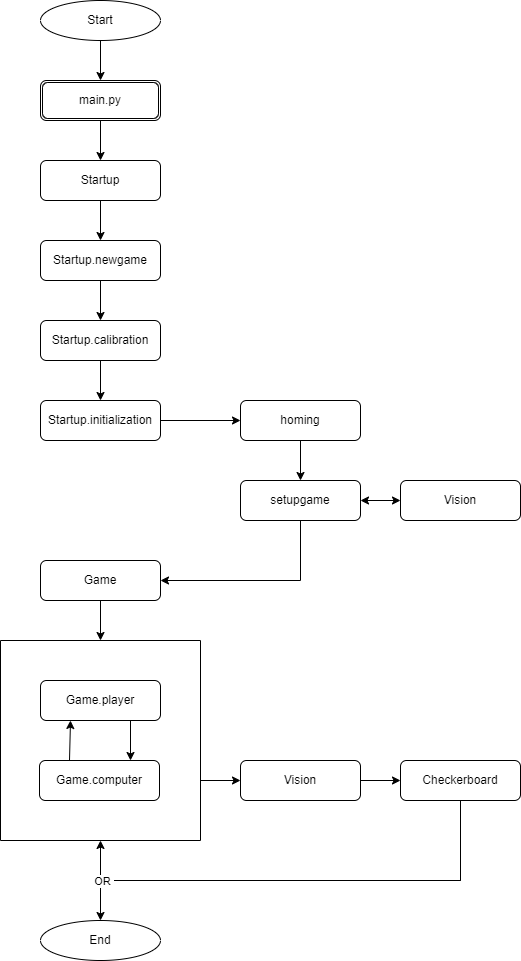
Earlier version of the draw.io export flowchart_diagram_program_checkerboard.drawio.png (joriszuretti/python). Source tidied: cells renumbered, new cells last; positions are measured from the earlier drawing's top-left corner, leaving out a move shared by most shapes.
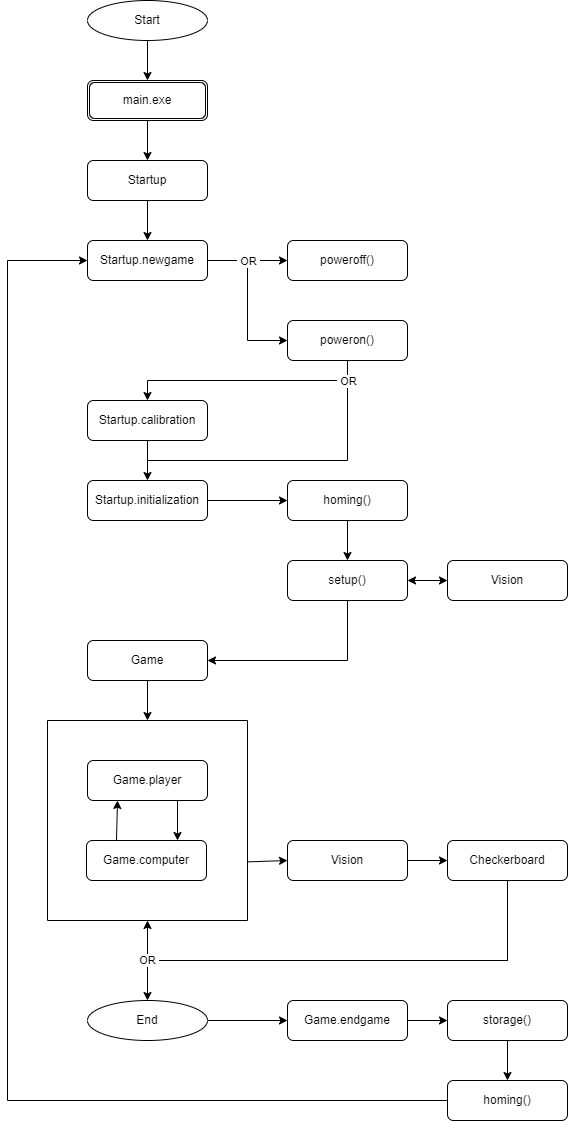
The same file after the commit.

Diff of the diagram source:
```diff
@@ -4,29 +4,35 @@
     <mxCell id="1" parent="0" />
     <mxCell id="2" style="edgeStyle=orthogonalEdgeStyle;rounded=0;jettySize=auto;html=1;exitX=0.5;exitY=1;exitDx=0;exitDy=0;entryX=0.5;entryY=0;entryDx=0;entryDy=0;endArrow=classic;endFill=1;" parent="1" edge="1" source="3">
       <mxGeometry relative="1" as="geometry">
-        <mxPoint x="100" y="80" as="targetPoint" />
+        <mxPoint x="100" as="targetPoint" />
       </mxGeometry>
     </mxCell>
     <mxCell id="3" value="Start" style="ellipse;whiteSpace=wrap;html=1;" parent="1" vertex="1">
-      <mxGeometry x="40" width="120" height="40" as="geometry" />
+      <mxGeometry x="40" y="-80" width="120" height="40" as="geometry" />
     </mxCell>
     <mxCell id="4" style="edgeStyle=orthogonalEdgeStyle;rounded=0;jettySize=auto;html=1;exitX=0.5;exitY=1;exitDx=0;exitDy=0;entryX=0.5;entryY=0;entryDx=0;entryDy=0;endArrow=classic;endFill=1;" parent="1" edge="1" source="5" target="9">
       <mxGeometry relative="1" as="geometry" />
     </mxCell>
     <mxCell id="5" value="Startup" style="rounded=1;whiteSpace=wrap;html=1;fontSize=12;glass=0;strokeWidth=1;shadow=0;" parent="1" vertex="1">
-      <mxGeometry x="40" y="160" width="120" height="40" as="geometry" />
+      <mxGeometry x="40" y="80" width="120" height="40" as="geometry" />
     </mxCell>
     <mxCell id="6" style="edgeStyle=orthogonalEdgeStyle;rounded=0;jettySize=auto;html=1;exitX=0.5;exitY=1;exitDx=0;exitDy=0;entryX=0.5;entryY=0;entryDx=0;entryDy=0;endArrow=classic;endFill=1;" parent="1" edge="1" source="7" target="5">
       <mxGeometry relative="1" as="geometry" />
     </mxCell>
-    <mxCell id="7" value="main.py" style="shape=ext;double=1;rounded=1;whiteSpace=wrap;html=1;" parent="1" vertex="1">
-      <mxGeometry x="40" y="80" width="120" height="40" as="geometry" />
+    <mxCell id="7" value="main.exe" style="shape=ext;double=1;rounded=1;whiteSpace=wrap;html=1;" parent="1" vertex="1">
+      <mxGeometry x="40" width="120" height="40" as="geometry" />
     </mxCell>
-    <mxCell id="8" style="edgeStyle=orthogonalEdgeStyle;rounded=0;jettySize=auto;html=1;exitX=0.5;exitY=1;exitDx=0;exitDy=0;entryX=0.5;entryY=0;entryDx=0;entryDy=0;endArrow=classic;endFill=1;" parent="1" edge="1" source="9" target="14">
-      <mxGeometry relative="1" as="geometry" />
-    </mxCell>
+    <mxCell id="36" style="edgeStyle=orthogonalEdgeStyle;rounded=0;jettySize=auto;html=1;exitX=1;exitY=0.5;exitDx=0;exitDy=0;entryX=0;entryY=0.5;entryDx=0;entryDy=0;endArrow=classic;endFill=1;" parent="1" edge="1" source="9" target="46">
+      <mxGeometry relative="1" as="geometry" />
+    </mxCell>
+    <mxCell id="37" style="edgeStyle=orthogonalEdgeStyle;rounded=0;jettySize=auto;html=1;exitX=1;exitY=0.5;exitDx=0;exitDy=0;entryX=0;entryY=0.5;entryDx=0;entryDy=0;endArrow=classic;endFill=1;" parent="1" edge="1" source="9" target="50">
+      <mxGeometry relative="1" as="geometry" />
+    </mxCell>
+    <mxCell id="38" value="&amp;nbsp;OR&amp;nbsp;" style="edgeLabel;html=1;align=center;verticalAlign=middle;" parent="37" vertex="1">
+      <mxGeometry x="-0.5" relative="1" as="geometry" />
+    </mxCell>
     <mxCell id="9" value="Startup.newgame" style="rounded=1;whiteSpace=wrap;html=1;fontSize=12;glass=0;strokeWidth=1;shadow=0;" parent="1" vertex="1">
-      <mxGeometry x="40" y="240" width="120" height="40" as="geometry" />
+      <mxGeometry x="40" y="160" width="120" height="40" as="geometry" />
     </mxCell>
     <mxCell id="10" style="edgeStyle=orthogonalEdgeStyle;rounded=0;jettySize=auto;html=1;exitX=1;exitY=0.5;exitDx=0;exitDy=0;entryX=0;entryY=0.5;entryDx=0;entryDy=0;endArrow=classic;endFill=1;" parent="1" edge="1" source="11" target="31">
       <mxGeometry relative="1" as="geometry" />
@@ -43,8 +49,10 @@
     <mxCell id="14" value="Startup.calibration" style="rounded=1;whiteSpace=wrap;html=1;fontSize=12;glass=0;strokeWidth=1;shadow=0;" parent="1" vertex="1">
       <mxGeometry x="40" y="320" width="120" height="40" as="geometry" />
     </mxCell>
-    <mxCell id="15" style="edgeStyle=orthogonalEdgeStyle;rounded=0;jettySize=auto;html=1;exitX=0.5;exitY=1;exitDx=0;exitDy=0;entryX=0.5;entryY=0;entryDx=0;entryDy=0;endArrow=classic;endFill=1;" parent="1" edge="1" source="16" target="33">
-      <mxGeometry relative="1" as="geometry" />
+    <mxCell id="15" style="edgeStyle=orthogonalEdgeStyle;rounded=0;jettySize=auto;html=1;exitX=0.5;exitY=1;exitDx=0;exitDy=0;entryX=0.5;entryY=0;entryDx=0;entryDy=0;endArrow=classic;endFill=1;" parent="1" edge="1" source="16">
+      <mxGeometry relative="1" as="geometry">
+        <mxPoint x="100" y="640" as="targetPoint" />
+      </mxGeometry>
     </mxCell>
     <mxCell id="16" value="Game" style="rounded=1;whiteSpace=wrap;html=1;fontSize=12;glass=0;strokeWidth=1;shadow=0;" parent="1" vertex="1">
       <mxGeometry x="40" y="560" width="120" height="40" as="geometry" />
@@ -64,8 +72,9 @@
         </Array>
       </mxGeometry>
     </mxCell>
-    <mxCell id="20" style="edgeStyle=orthogonalEdgeStyle;rounded=0;jettySize=auto;html=1;exitX=1;exitY=0.707;exitDx=0;exitDy=0;entryX=0;entryY=0.5;entryDx=0;entryDy=0;endArrow=classic;endFill=1;exitPerimeter=0;" parent="1" edge="1" source="33" target="23">
+    <mxCell id="20" style="edgeStyle=orthogonalEdgeStyle;rounded=0;jettySize=auto;html=1;exitX=1;exitY=0.707;exitDx=0;exitDy=0;entryX=0;entryY=0.5;entryDx=0;entryDy=0;endArrow=classic;endFill=1;exitPerimeter=0;" parent="1" edge="1" target="23">
       <mxGeometry relative="1" as="geometry">
+        <mxPoint x="200" y="781.4" as="sourcePoint" />
         <Array as="points">
           <mxPoint x="200" y="780" />
         </Array>
@@ -97,7 +106,9 @@
       </mxGeometry>
     </mxCell>
     <mxCell id="26" value="&amp;nbsp;OR&amp;nbsp;" style="edgeLabel;html=1;align=center;verticalAlign=middle;" parent="25" vertex="1">
-      <mxGeometry x="0.83" y="1" relative="1" as="geometry" />
+      <mxGeometry x="0.83" y="1" relative="1" as="geometry">
+        <mxPoint x="-2" y="-2" as="offset" />
+      </mxGeometry>
     </mxCell>
     <mxCell id="27" value="Checkerboard" style="rounded=1;whiteSpace=wrap;html=1;fontSize=12;glass=0;strokeWidth=1;shadow=0;" parent="1" vertex="1">
       <mxGeometry x="400" y="760" width="120" height="40" as="geometry" />
@@ -105,13 +116,13 @@
     <mxCell id="28" style="edgeStyle=orthogonalEdgeStyle;rounded=0;jettySize=auto;html=1;exitX=0.5;exitY=1;exitDx=0;exitDy=0;entryX=1;entryY=0.5;entryDx=0;entryDy=0;endArrow=classic;endFill=1;" parent="1" edge="1" source="29" target="16">
       <mxGeometry relative="1" as="geometry" />
     </mxCell>
-    <mxCell id="29" value="setupgame" style="rounded=1;whiteSpace=wrap;html=1;fontSize=12;glass=0;strokeWidth=1;shadow=0;" parent="1" vertex="1">
+    <mxCell id="29" value="setup()" style="rounded=1;whiteSpace=wrap;html=1;fontSize=12;glass=0;strokeWidth=1;shadow=0;" parent="1" vertex="1">
       <mxGeometry x="240" y="480" width="120" height="40" as="geometry" />
     </mxCell>
     <mxCell id="30" style="edgeStyle=orthogonalEdgeStyle;rounded=0;jettySize=auto;html=1;exitX=0.5;exitY=1;exitDx=0;exitDy=0;entryX=0.5;entryY=0;entryDx=0;entryDy=0;endArrow=classic;endFill=1;" parent="1" edge="1" source="31" target="29">
       <mxGeometry relative="1" as="geometry" />
     </mxCell>
-    <mxCell id="31" value="homing" style="rounded=1;whiteSpace=wrap;html=1;fontSize=12;glass=0;strokeWidth=1;shadow=0;" parent="1" vertex="1">
+    <mxCell id="31" value="homing()" style="rounded=1;whiteSpace=wrap;html=1;fontSize=12;glass=0;strokeWidth=1;shadow=0;" parent="1" vertex="1">
       <mxGeometry x="240" y="400" width="120" height="40" as="geometry" />
     </mxCell>
     <mxCell id="32" style="endArrow=classic;startArrow=classic;html=1;rounded=0;entryX=0;entryY=0.5;entryDx=0;entryDy=0;exitX=1;exitY=0.5;exitDx=0;exitDy=0;" parent="1" edge="1" source="29" target="12">
@@ -120,11 +131,62 @@
     <mxCell id="33" style="swimlane;startSize=0;" parent="1" vertex="1">
       <mxGeometry y="640" width="200" height="200" as="geometry" />
     </mxCell>
-    <mxCell id="34" style="edgeStyle=orthogonalEdgeStyle;rounded=0;orthogonalLoop=1;jettySize=auto;html=1;exitX=0.5;exitY=1;exitDx=0;exitDy=0;endArrow=classic;endFill=1;" parent="1" edge="1" source="33" target="33">
-      <mxGeometry relative="1" as="geometry" />
+    <mxCell id="34" style="edgeStyle=orthogonalEdgeStyle;rounded=0;orthogonalLoop=1;jettySize=auto;html=1;exitX=0.5;exitY=1;exitDx=0;exitDy=0;endArrow=classic;endFill=1;" parent="1" edge="1">
+      <mxGeometry relative="1" as="geometry">
+        <mxPoint x="100" y="840" as="sourcePoint" />
+        <mxPoint x="100" y="840" as="targetPoint" />
+      </mxGeometry>
     </mxCell>
+    <mxCell id="39" style="edgeStyle=orthogonalEdgeStyle;rounded=0;jettySize=auto;html=1;exitX=1;exitY=0.5;exitDx=0;exitDy=0;entryX=0;entryY=0.5;entryDx=0;entryDy=0;endArrow=classic;endFill=1;" parent="1" edge="1" source="35" target="45">
+      <mxGeometry relative="1" as="geometry" />
+    </mxCell>
     <mxCell id="35" value="End" style="ellipse;whiteSpace=wrap;html=1;" parent="1" vertex="1">
       <mxGeometry x="40" y="920" width="120" height="40" as="geometry" />
     </mxCell>
+    <mxCell id="40" style="edgeStyle=orthogonalEdgeStyle;rounded=0;jettySize=auto;html=1;exitX=0.5;exitY=1;exitDx=0;exitDy=0;entryX=0.5;entryY=0;entryDx=0;entryDy=0;endArrow=classic;endFill=1;" parent="1" edge="1" source="41" target="43">
+      <mxGeometry relative="1" as="geometry" />
+    </mxCell>
+    <mxCell id="41" value="storage()" style="rounded=1;whiteSpace=wrap;html=1;fontSize=12;glass=0;strokeWidth=1;shadow=0;" parent="1" vertex="1">
+      <mxGeometry x="400" y="920" width="120" height="40" as="geometry" />
+    </mxCell>
+    <mxCell id="42" style="edgeStyle=orthogonalEdgeStyle;rounded=0;jettySize=auto;html=1;exitX=0;exitY=0.5;exitDx=0;exitDy=0;entryX=0;entryY=0.5;entryDx=0;entryDy=0;endArrow=classic;endFill=1;" parent="1" edge="1" source="43" target="9">
+      <mxGeometry relative="1" as="geometry">
+        <Array as="points">
+          <mxPoint x="-40" y="1020" />
+          <mxPoint x="-40" y="180" />
+        </Array>
+      </mxGeometry>
+    </mxCell>
+    <mxCell id="43" value="homing()" style="rounded=1;whiteSpace=wrap;html=1;fontSize=12;glass=0;strokeWidth=1;shadow=0;" parent="1" vertex="1">
+      <mxGeometry x="400" y="1000" width="120" height="40" as="geometry" />
+    </mxCell>
+    <mxCell id="44" style="edgeStyle=orthogonalEdgeStyle;rounded=0;jettySize=auto;html=1;exitX=1;exitY=0.5;exitDx=0;exitDy=0;entryX=0;entryY=0.5;entryDx=0;entryDy=0;endArrow=classic;endFill=1;" parent="1" edge="1" source="45" target="41">
+      <mxGeometry relative="1" as="geometry" />
+    </mxCell>
+    <mxCell id="45" value="Game.endgame" style="rounded=1;whiteSpace=wrap;html=1;fontSize=12;glass=0;strokeWidth=1;shadow=0;" parent="1" vertex="1">
+      <mxGeometry x="240" y="920" width="120" height="40" as="geometry" />
+    </mxCell>
+    <mxCell id="46" value="poweroff()" style="rounded=1;whiteSpace=wrap;html=1;fontSize=12;glass=0;strokeWidth=1;shadow=0;" parent="1" vertex="1">
+      <mxGeometry x="240" y="160" width="120" height="40" as="geometry" />
+    </mxCell>
+    <mxCell id="47" style="edgeStyle=orthogonalEdgeStyle;rounded=0;jettySize=auto;html=1;exitX=0.5;exitY=1;exitDx=0;exitDy=0;entryX=0.5;entryY=0;entryDx=0;entryDy=0;endArrow=classic;endFill=1;" parent="1" edge="1" source="50" target="14">
+      <mxGeometry relative="1" as="geometry" />
+    </mxCell>
+    <mxCell id="48" style="edgeStyle=orthogonalEdgeStyle;rounded=0;jettySize=auto;html=1;exitX=0.5;exitY=1;exitDx=0;exitDy=0;endArrow=none;endFill=0;" parent="1" edge="1" source="50">
+      <mxGeometry relative="1" as="geometry">
+        <mxPoint x="100" y="380" as="targetPoint" />
+        <Array as="points">
+          <mxPoint x="300" y="380" />
+        </Array>
+      </mxGeometry>
+    </mxCell>
+    <mxCell id="49" value="&amp;nbsp;OR&amp;nbsp;" style="edgeLabel;html=1;align=center;verticalAlign=middle;" parent="48" vertex="1">
+      <mxGeometry x="-0.85" relative="1" as="geometry">
+        <mxPoint y="-3" as="offset" />
+      </mxGeometry>
+    </mxCell>
+    <mxCell id="50" value="poweron()" style="rounded=1;whiteSpace=wrap;html=1;fontSize=12;glass=0;strokeWidth=1;shadow=0;" parent="1" vertex="1">
+      <mxGeometry x="240" y="240" width="120" height="40" as="geometry" />
+    </mxCell>
   </root>
 </mxGraphModel>
```
